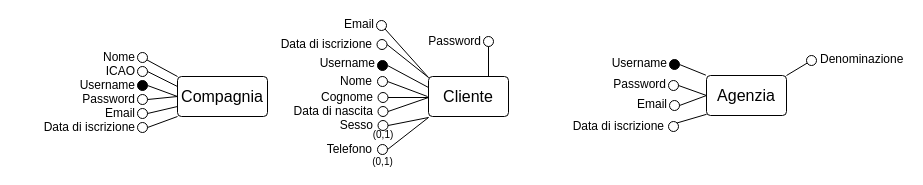
The draw.io diagram page "Eliminazione generalizzazione" (3 of 3) of E-R/E-R.drawio in bustre/Easy-travel, before the edit. Source tidied: cells renumbered, new cells numbered last; positions are measured from the earlier drawing's top-left corner, leaving out a move shared by most shapes. Both pictures are drawn from the tidied source at 100%, with x=0, y=0 at pixel (17, 19).
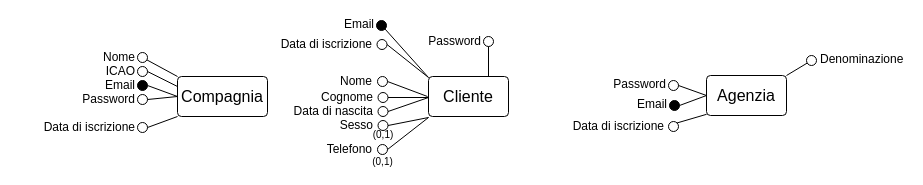
The same diagram, later.

Unchanged cells that the change refers to:
```xml
<mxCell id="2" value="Agenzia" style="rounded=1;arcSize=10;whiteSpace=wrap;align=center;fontSize=16;" parent="1" vertex="1">
  <mxGeometry x="689" y="56" width="80" height="40" as="geometry" />
</mxCell>
<mxCell id="35" value="Compagnia" style="rounded=1;arcSize=10;whiteSpace=wrap;align=center;fontSize=16;" parent="1" vertex="1">
  <mxGeometry x="160" y="57" width="90" height="40" as="geometry" />
</mxCell>
```

Change to the diagram source:
```diff
@@
-    <mxCell id="6" style="ellipse;whiteSpace=wrap;fontSize=16;fillColor=#000000;" parent="1" vertex="1">
-      <mxGeometry x="360" y="41" width="10" height="10" as="geometry" />
-    </mxCell>
-    <mxCell id="7" value="Username" style="text;strokeColor=none;fillColor=none;align=right;verticalAlign=middle;whiteSpace=wrap;rounded=0;fontSize=12;" parent="1" vertex="1">
-      <mxGeometry x="240" y="39" width="120" height="10" as="geometry" />
-    </mxCell>
@@
-    <mxCell id="10" style="ellipse;whiteSpace=wrap;fontSize=16;" parent="1" vertex="1">
+    <mxCell id="10" style="ellipse;whiteSpace=wrap;fontSize=16;fillColor=#000000;" parent="1" vertex="1">
       <mxGeometry x="359" y="1" width="10" height="10" as="geometry" />
     </mxCell>
@@
-    <mxCell id="12" style="endArrow=none;rounded=0;entryX=1;entryY=0.5;entryDx=0;entryDy=0;exitX=0;exitY=0.25;exitDx=0;exitDy=0;" parent="1" edge="1" target="6">
-      <mxGeometry relative="1" as="geometry">
-        <mxPoint x="411" y="68" as="sourcePoint" />
-      </mxGeometry>
-    </mxCell>
@@
-    <mxCell id="44" value="Username" style="text;strokeColor=none;fillColor=none;align=right;verticalAlign=middle;whiteSpace=wrap;rounded=0;fontSize=12;" parent="1" vertex="1">
+    <mxCell id="44" value="Email" style="text;strokeColor=none;fillColor=none;align=right;verticalAlign=middle;whiteSpace=wrap;rounded=0;fontSize=12;" parent="1" vertex="1">
       <mxGeometry y="61" width="120" height="10" as="geometry" />
     </mxCell>
@@
-    <mxCell id="47" style="ellipse;whiteSpace=wrap;fontSize=16;" parent="1" vertex="1">
-      <mxGeometry x="120" y="89" width="10" height="10" as="geometry" />
-    </mxCell>
-    <mxCell id="48" value="Email" style="text;strokeColor=none;fillColor=none;align=right;verticalAlign=middle;whiteSpace=wrap;rounded=0;fontSize=12;" parent="1" vertex="1">
-      <mxGeometry y="89" width="120" height="10" as="geometry" />
-    </mxCell>
@@
-    <mxCell id="50" style="endArrow=none;rounded=0;entryX=1;entryY=0.5;entryDx=0;entryDy=0;exitX=0;exitY=0.75;exitDx=0;exitDy=0;" parent="1" edge="1" source="35" target="47">
-      <mxGeometry relative="1" as="geometry" />
-    </mxCell>
@@
-    <mxCell id="55" style="ellipse;whiteSpace=wrap;fontSize=16;fillColor=#000000;" parent="1" vertex="1">
-      <mxGeometry x="652" y="40" width="10" height="10" as="geometry" />
-    </mxCell>
-    <mxCell id="56" value="Username" style="text;strokeColor=none;fillColor=none;align=right;verticalAlign=middle;whiteSpace=wrap;rounded=0;fontSize=12;" parent="1" vertex="1">
-      <mxGeometry x="532" y="39" width="120" height="10" as="geometry" />
-    </mxCell>
@@
-    <mxCell id="59" style="ellipse;whiteSpace=wrap;fontSize=16;" parent="1" vertex="1">
+    <mxCell id="59" style="ellipse;whiteSpace=wrap;fontSize=16;fillColor=#000000;" parent="1" vertex="1">
       <mxGeometry x="652" y="81" width="10" height="10" as="geometry" />
     </mxCell>
@@
-    <mxCell id="61" style="endArrow=none;rounded=0;entryX=1;entryY=0.5;entryDx=0;entryDy=0;exitX=-0.008;exitY=-0.008;exitDx=0;exitDy=0;exitPerimeter=0;" parent="1" edge="1" source="2" target="55">
-      <mxGeometry relative="1" as="geometry" />
-    </mxCell>
```
